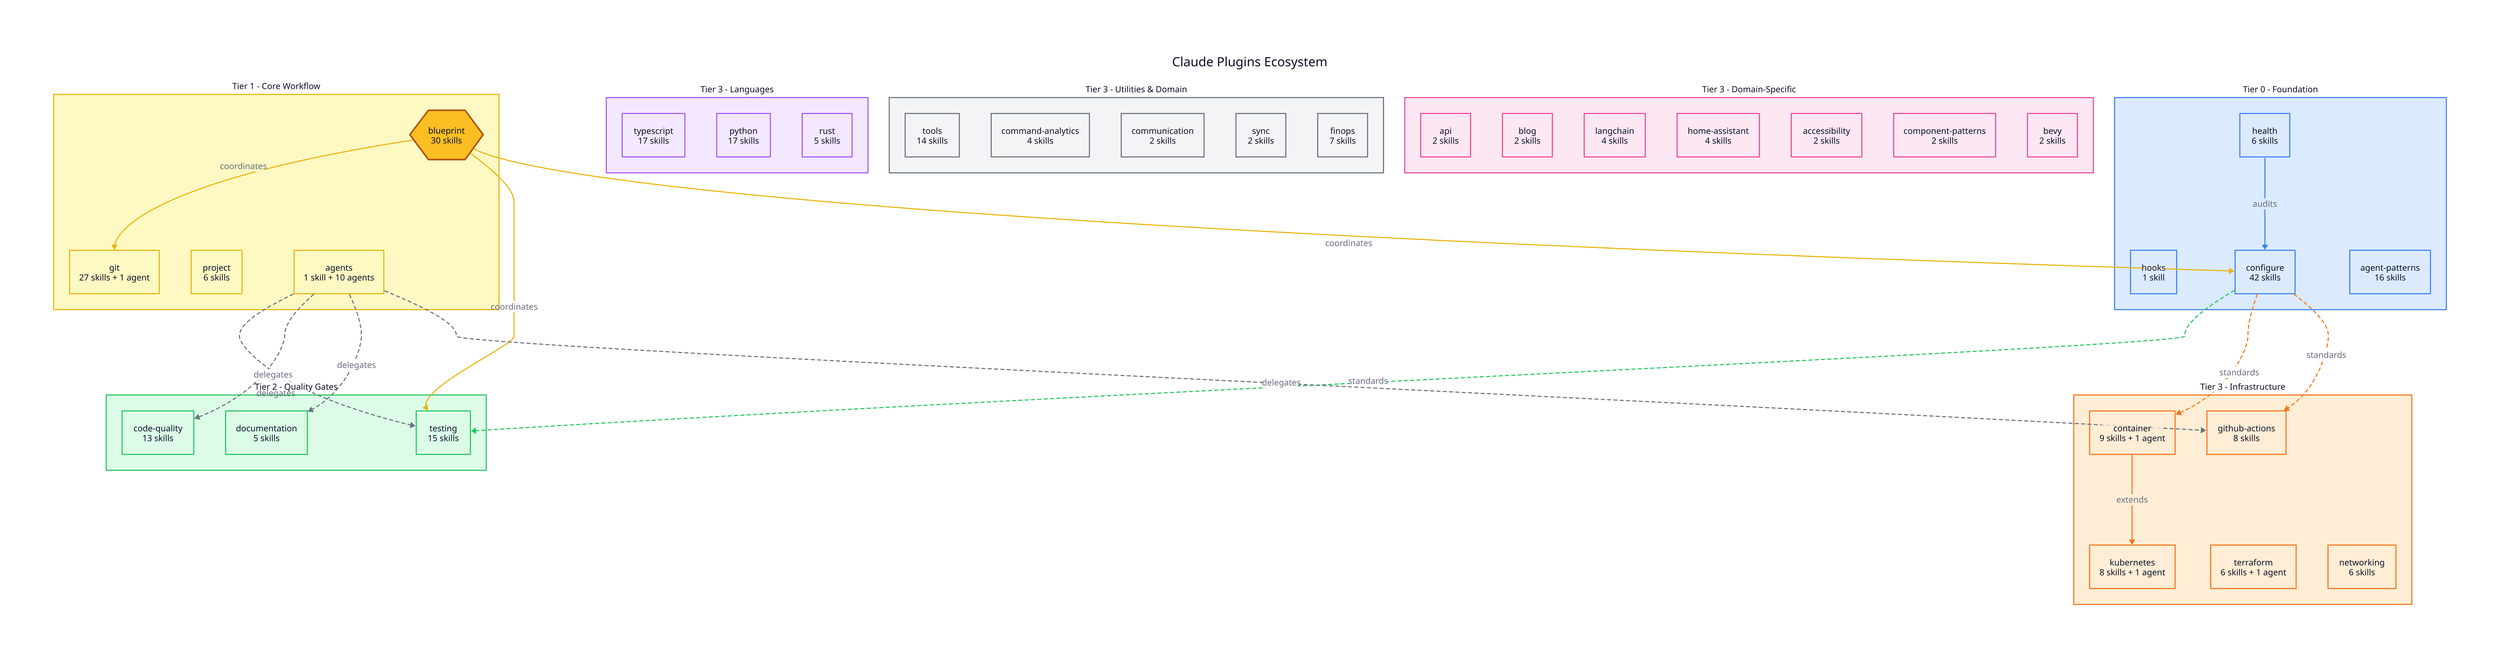
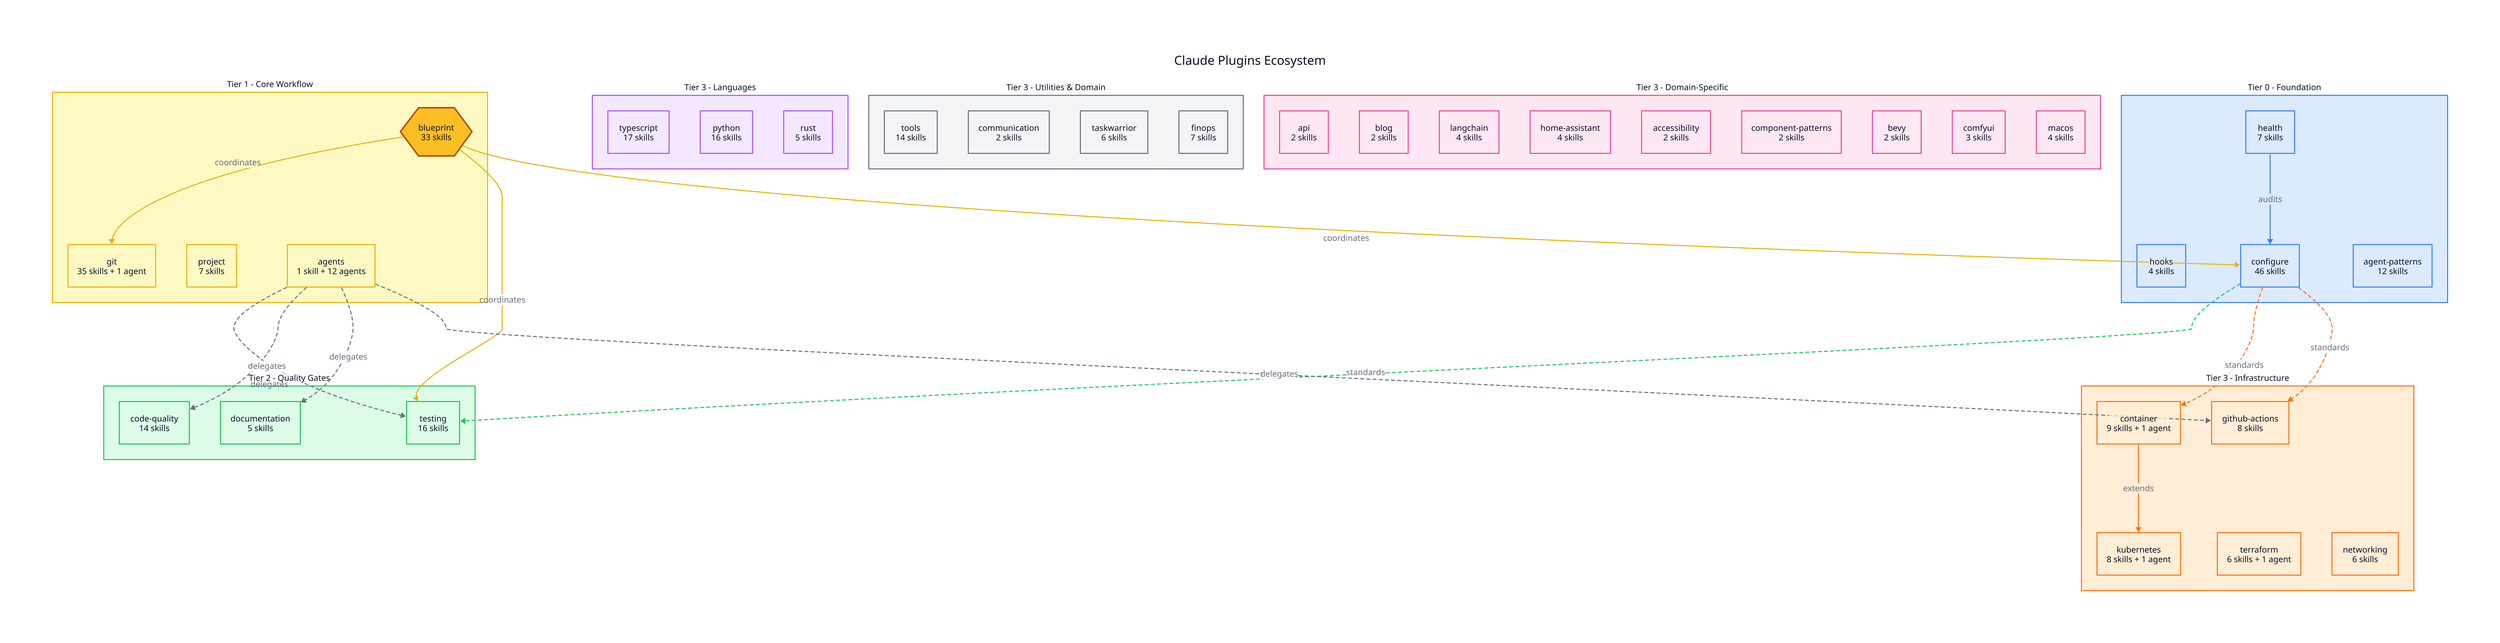
direction: down

title: "Claude Plugins Ecosystem" {
  near: top-center
  shape: text
  style: {
    font-size: 24
    bold: true
  }
}

# === CLASSES ===
classes: {
  foundation: {
    style.fill: "#dbeafe"
    style.stroke: "#3b82f6"
  }
  core: {
    style.fill: "#fef9c3"
    style.stroke: "#eab308"
  }
  quality: {
    style.fill: "#dcfce7"
    style.stroke: "#22c55e"
  }
  language: {
    style.fill: "#f3e8ff"
    style.stroke: "#a855f7"
  }
  infra: {
    style.fill: "#ffedd5"
    style.stroke: "#f97316"
  }
  utility: {
    style.fill: "#f3f4f6"
    style.stroke: "#6b7280"
  }
  domain: {
    style.fill: "#fce7f3"
    style.stroke: "#ec4899"
  }
}

# === TIER 0: FOUNDATION ===
foundation: {
  label: "Tier 0 - Foundation"
  class: foundation
  style.font-size: 16
  style.bold: true

  health: {
-     label: "health\n6 skills"
+     label: "health\n7 skills"
    shape: rectangle
    class: foundation
  }
  hooks: {
-     label: "hooks\n1 skill"
+     label: "hooks\n4 skills"
    shape: rectangle
    class: foundation
  }
  configure: {
-     label: "configure\n42 skills"
+     label: "configure\n46 skills"
    shape: rectangle
    class: foundation
  }
  agent-patterns: {
-     label: "agent-patterns\n16 skills"
+     label: "agent-patterns\n12 skills"
    shape: rectangle
    class: foundation
  }
}

# === TIER 1: CORE WORKFLOW ===
core: {
  label: "Tier 1 - Core Workflow"
  class: core
  style.font-size: 16
  style.bold: true

  blueprint: {
-     label: "blueprint\n30 skills"
+     label: "blueprint\n33 skills"
    shape: hexagon
    style.fill: "#fbbf24"
    style.stroke: "#b45309"
    style.stroke-width: 3
  }
  git: {
-     label: "git\n27 skills + 1 agent"
+     label: "git\n35 skills + 1 agent"
    shape: rectangle
    class: core
  }
  project: {
-     label: "project\n6 skills"
+     label: "project\n7 skills"
    shape: rectangle
    class: core
  }
  agents: {
-     label: "agents\n1 skill + 10 agents"
+     label: "agents\n1 skill + 12 agents"
    shape: rectangle
    class: core
  }
}

# === TIER 2: QUALITY GATES ===
quality: {
  label: "Tier 2 - Quality Gates"
  class: quality
  style.font-size: 16
  style.bold: true

  testing: {
-     label: "testing\n15 skills"
+     label: "testing\n16 skills"
    shape: rectangle
    class: quality
  }
  code-quality: {
-     label: "code-quality\n13 skills"
+     label: "code-quality\n14 skills"
    shape: rectangle
    class: quality
  }
  documentation: {
    label: "documentation\n5 skills"
    shape: rectangle
    class: quality
  }
}

# === TIER 3: LANGUAGE ===
language: {
  label: "Tier 3 - Languages"
  class: language
  style.font-size: 16
  style.bold: true

  typescript: {
    label: "typescript\n17 skills"
    shape: rectangle
    class: language
  }
  python: {
-     label: "python\n17 skills"
+     label: "python\n16 skills"
    shape: rectangle
    class: language
  }
  rust: {
    label: "rust\n5 skills"
    shape: rectangle
    class: language
  }
}

# === TIER 3: INFRASTRUCTURE ===
infra: {
  label: "Tier 3 - Infrastructure"
  class: infra
  style.font-size: 16
  style.bold: true

  container: {
    label: "container\n9 skills + 1 agent"
    shape: rectangle
    class: infra
  }
  kubernetes: {
    label: "kubernetes\n8 skills + 1 agent"
    shape: rectangle
    class: infra
  }
  terraform: {
    label: "terraform\n6 skills + 1 agent"
    shape: rectangle
    class: infra
  }
  github-actions: {
    label: "github-actions\n8 skills"
    shape: rectangle
    class: infra
  }
  networking: {
    label: "networking\n6 skills"
    shape: rectangle
    class: infra
  }
}

# === TIER 3: UTILITIES & DOMAIN ===
utilities: {
  label: "Tier 3 - Utilities & Domain"
  class: utility
  style.font-size: 16
  style.bold: true

  tools: {
    label: "tools\n14 skills"
    shape: rectangle
    class: utility
  }
-   analytics: {
-     label: "command-analytics\n4 skills"
-     shape: rectangle
-     class: utility
-   }
  communication: {
    label: "communication\n2 skills"
    shape: rectangle
    class: utility
  }
-   sync: {
-     label: "sync\n2 skills"
+   taskwarrior: {
+     label: "taskwarrior\n6 skills"
    shape: rectangle
    class: utility
  }
  finops: {
    label: "finops\n7 skills"
    shape: rectangle
    class: utility
  }
}

domain: {
  label: "Tier 3 - Domain-Specific"
  class: domain
  style.font-size: 16
  style.bold: true

  api: {
    label: "api\n2 skills"
    shape: rectangle
    class: domain
  }
  blog: {
    label: "blog\n2 skills"
    shape: rectangle
    class: domain
  }
  langchain: {
    label: "langchain\n4 skills"
    shape: rectangle
    class: domain
  }
  home-assistant: {
    label: "home-assistant\n4 skills"
    shape: rectangle
    class: domain
  }
  accessibility: {
    label: "accessibility\n2 skills"
    shape: rectangle
    class: domain
  }
  component-patterns: {
    label: "component-patterns\n2 skills"
    shape: rectangle
    class: domain
  }
  bevy: {
    label: "bevy\n2 skills"
    shape: rectangle
    class: domain
  }
+   comfyui: {
+     label: "comfyui\n3 skills"
+     shape: rectangle
+     class: domain
+   }
+   macos: {
+     label: "macos\n4 skills"
+     shape: rectangle
+     class: domain
+   }
}

# === RELATIONSHIPS ===

# Foundation flows
foundation.health -> foundation.configure: "audits" {
  style.stroke: "#3b82f6"
}

# Configure provides standards for
foundation.configure -> quality.testing: "standards" {
  style.stroke: "#22c55e"
  style.stroke-dash: 3
}
foundation.configure -> infra.container: "standards" {
  style.stroke: "#f97316"
  style.stroke-dash: 3
}
foundation.configure -> infra.github-actions: "standards" {
  style.stroke: "#f97316"
  style.stroke-dash: 3
}

# Blueprint coordinates
core.blueprint -> core.git: "coordinates" {
  style.stroke: "#eab308"
}
core.blueprint -> quality.testing: "coordinates" {
  style.stroke: "#eab308"
}
core.blueprint -> foundation.configure: "coordinates" {
  style.stroke: "#eab308"
}

# Agents delegate to
core.agents -> quality.testing: "delegates" {
  style.stroke: "#6b7280"
  style.stroke-dash: 3
}
core.agents -> quality.code-quality: "delegates" {
  style.stroke: "#6b7280"
  style.stroke-dash: 3
}
core.agents -> quality.documentation: "delegates" {
  style.stroke: "#6b7280"
  style.stroke-dash: 3
}
core.agents -> infra.github-actions: "delegates" {
  style.stroke: "#6b7280"
  style.stroke-dash: 3
}

# Infrastructure extends
infra.container -> infra.kubernetes: "extends" {
  style.stroke: "#f97316"
}
